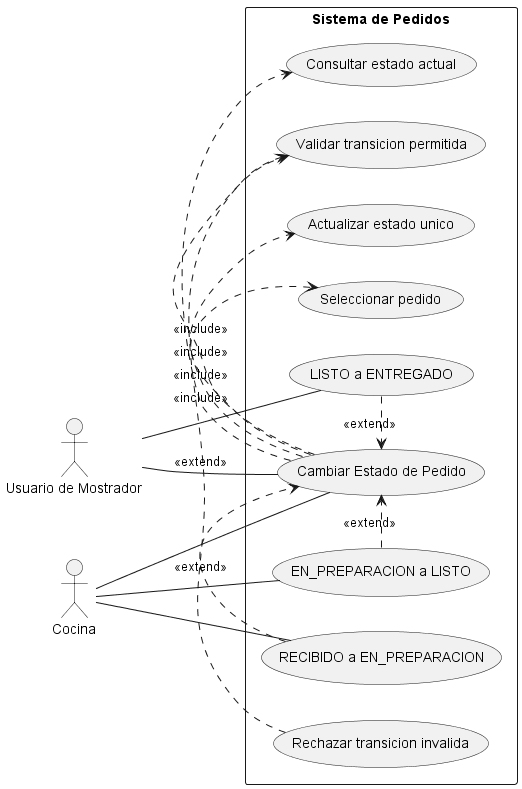
The PlantUML diagram diagramas/02-casos-de-uso/CU04_Cambiar_Estado_Pedido.png in eloeyhe/SistemaPedidos, before a commit.
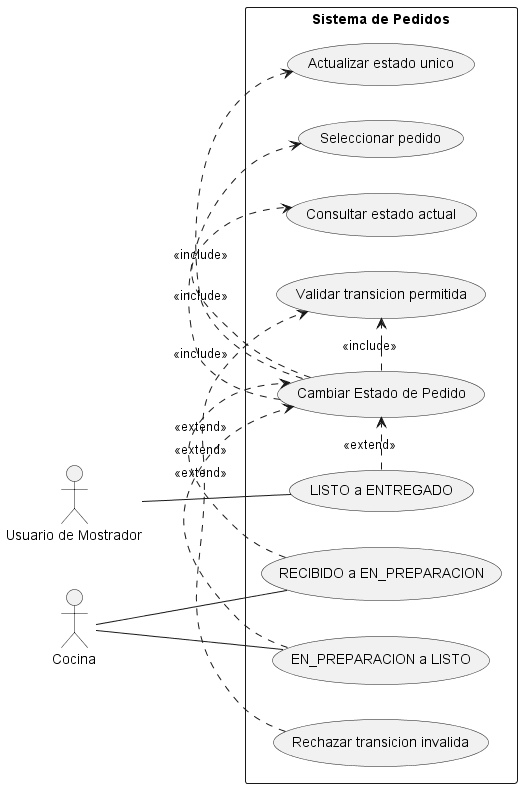
Later version of the same file.

Commit message:
Local save: preparacion de refactor de diagramas y changelog para A2

Change to the diagram source:
```diff
@@ -16,8 +16,6 @@
     usecase "Rechazar transicion invalida" as Rechazar
 }
 
-Mostrador -- Cambiar
-Cocina -- Cambiar
 Cocina -- IniciarPreparacion
 Cocina -- FinalizarPreparacion
 Mostrador -- RegistrarEntrega
```
